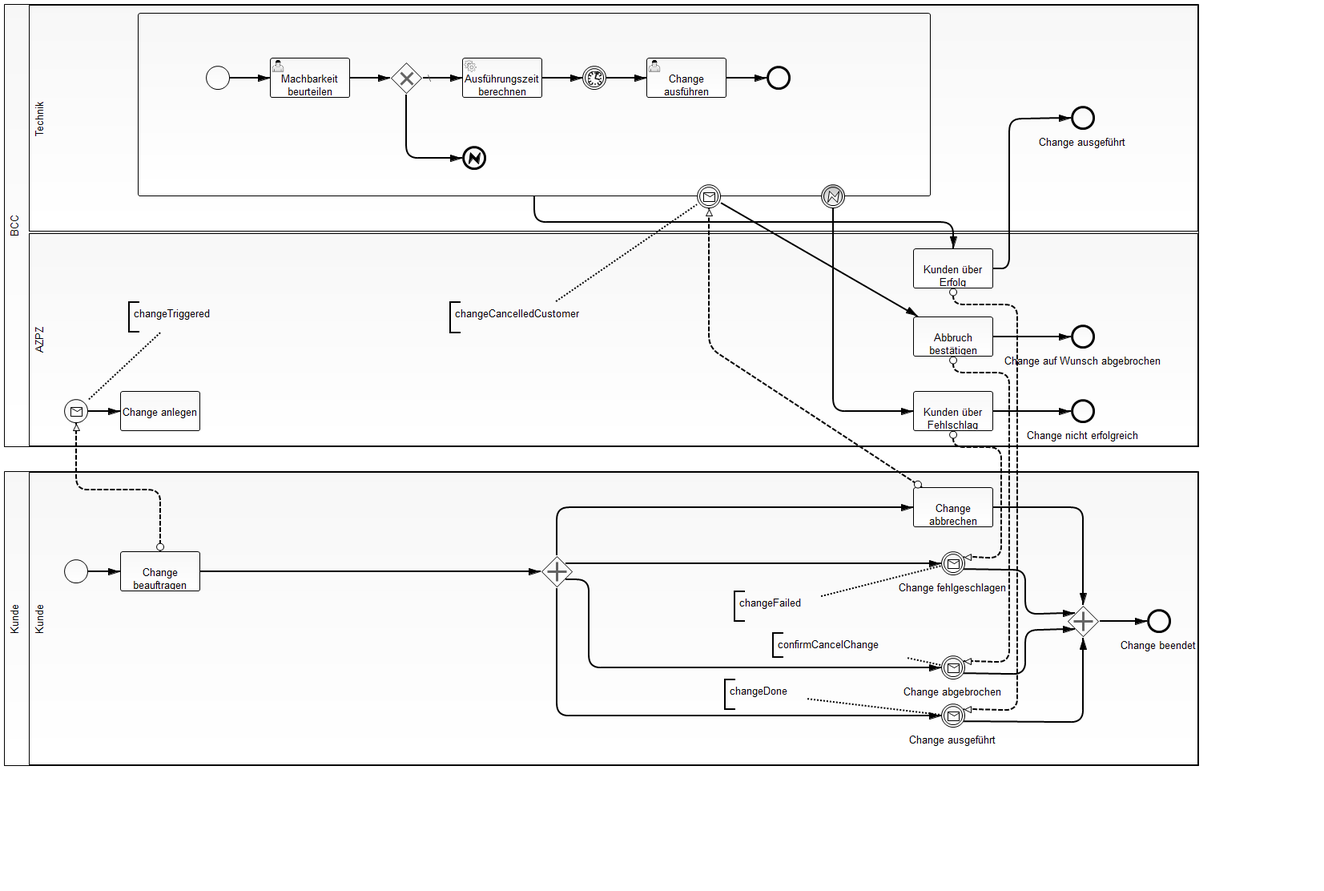
gheddie/bpmn20_examples keeps this BPMN diagram as change-process/src/main/resources/ChangeProcess.png. Above is the earlier version. Its source is kept beside it as change-process/src/main/resources/ChangeProcess.bpmn. Ids are renumbered.
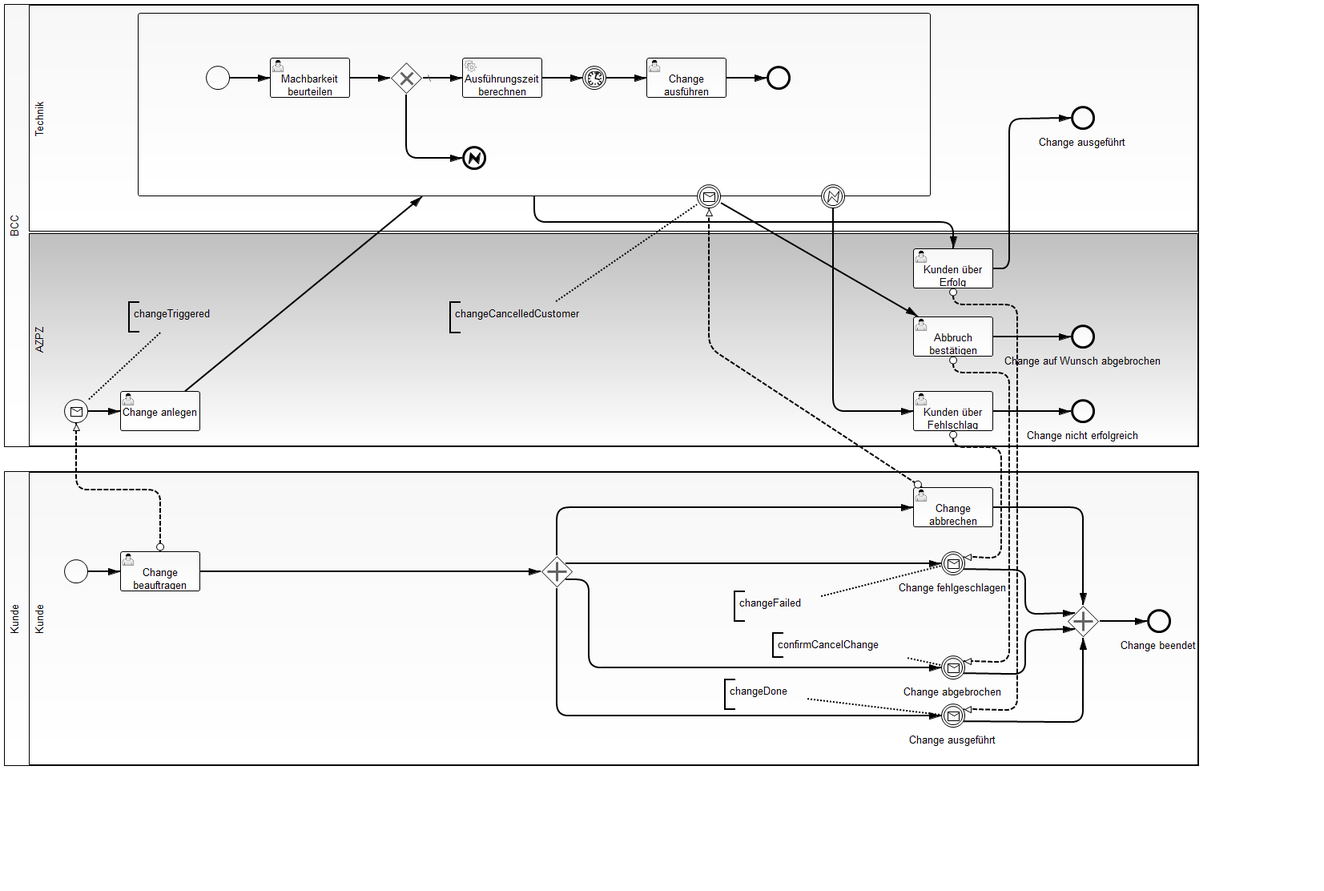
The same file after the commit.

The edit, as a diff of the source:
```diff
@@ -43,31 +43,33 @@
     <endEvent id="PO_p4005" name="Change nicht erfolgreich">
       <incoming>PO_p4004</incoming>
     </endEvent>
-    <task id="PO_p3998" name="Kunden über Erfolg benachrichtigen">
+    <userTask id="PO_p3998" camunda:candidateGroups="customerService" name="Kunden über Erfolg benachrichtigen">
       <incoming>SequenceFlow_3</incoming>
       <outgoing>PO_p3999</outgoing>
-    </task>
-    <task id="PO_p3990" name="Kunden über Fehlschlag benachrichtigen">
+    </userTask>
+    <userTask id="PO_p3990" camunda:candidateGroups="customerService" name="Kunden über Fehlschlag benachrichtigen">
       <incoming>SequenceFlow_4</incoming>
       <outgoing>PO_p4004</outgoing>
-    </task>
-    <task id="PO_p4006" name="Abbruch bestätigen">
+    </userTask>
+    <userTask id="PO_p4006" camunda:candidateGroups="customerService" name="Abbruch bestätigen">
       <incoming>SequenceFlow_1</incoming>
       <outgoing>PO_p4011</outgoing>
-    </task>
-    <task id="PO_p3957" name="Change anlegen">
+    </userTask>
+    <userTask id="PO_p3957" camunda:candidateGroups="customerService" name="Change anlegen">
       <incoming>PO_p3956</incoming>
-    </task>
+      <outgoing>SequenceFlow_13</outgoing>
+    </userTask>
     <sequenceFlow id="PO_p4004" sourceRef="PO_p3990" targetRef="PO_p4005"/>
     <sequenceFlow id="PO_p3956" sourceRef="PO_p3941" targetRef="PO_p3957"/>
     <sequenceFlow id="PO_p3999" sourceRef="PO_p3998" targetRef="PO_p3989"/>
     <sequenceFlow id="PO_p4011" sourceRef="PO_p4006" targetRef="PO_p4012"/>
     <subProcess id="SubProcess_1">
+      <incoming>SequenceFlow_13</incoming>
       <outgoing>SequenceFlow_3</outgoing>
       <startEvent id="StartEvent_1">
         <outgoing>SequenceFlow_5</outgoing>
       </startEvent>
-      <userTask id="UserTask_1" name="Machbarkeit beurteilen">
+      <userTask id="UserTask_1" camunda:candidateGroups="technician" name="Machbarkeit beurteilen">
         <extensionElements>
           <camunda:formData>
             <camunda:formField id="changeFeasible" type="boolean"/>
@@ -96,7 +98,7 @@
         </timerEventDefinition>
       </intermediateCatchEvent>
       <sequenceFlow id="SequenceFlow_8" name="" sourceRef="ServiceTask_1" targetRef="IntermediateCatchEvent_1"/>
-      <userTask id="UserTask_2" name="Change ausführen">
+      <userTask id="UserTask_2" camunda:candidateGroups="technician" name="Change ausführen">
         <incoming>SequenceFlow_9</incoming>
         <outgoing>SequenceFlow_10</outgoing>
       </userTask>
@@ -124,6 +126,7 @@
       <errorEventDefinition id="_ErrorEventDefinition_8" errorRef="Error_1"/>
     </boundaryEvent>
     <sequenceFlow id="SequenceFlow_4" name="" sourceRef="BoundaryEvent_3" targetRef="PO_p3990"/>
+    <sequenceFlow id="SequenceFlow_13" name="" sourceRef="PO_p3957" targetRef="SubProcess_1"/>
     <textAnnotation id="TextAnnotation_1">
       <text>changeTriggered</text>
     </textAnnotation>
@@ -180,14 +183,14 @@
     <startEvent id="PO_p3975">
       <outgoing>PO_p3976</outgoing>
     </startEvent>
-    <task id="PO_p3982" name="Change abbrechen">
+    <userTask id="PO_p3982" name="Change abbrechen">
       <incoming>PO_p3981</incoming>
       <outgoing>PO_p3997</outgoing>
-    </task>
-    <task id="PO_p3977" name="Change beauftragen">
+    </userTask>
+    <userTask id="PO_p3977" camunda:candidateGroups="customer" name="Change beauftragen">
       <incoming>PO_p3976</incoming>
       <outgoing>PO_p3979</outgoing>
-    </task>
+    </userTask>
     <parallelGateway id="PO_p3980">
       <incoming>PO_p3979</incoming>
       <outgoing>PO_p3984</outgoing>
@@ -511,6 +514,13 @@
         <di:waypoint xsi:type="dc:Point" x="1004.0" y="868.0"/>
         <di:waypoint xsi:type="dc:Point" x="1171.0" y="887.0"/>
       </bpmndi:BPMNEdge>
+      <bpmndi:BPMNEdge id="BPMNEdge_SequenceFlow_13" bpmnElement="SequenceFlow_13" sourceElement="AktivitätPO_p3957" targetElement="_BPMNShape_SubProcess_5">
+        <di:waypoint xsi:type="dc:Point" x="226.0" y="484.0"/>
+        <di:waypoint xsi:type="dc:Point" x="524.0" y="240.0"/>
+        <bpmndi:BPMNLabel>
+          <dc:Bounds height="6.0" width="6.0" x="498.0" y="258.0"/>
+        </bpmndi:BPMNLabel>
+      </bpmndi:BPMNEdge>
     </bpmndi:BPMNPlane>
   </bpmndi:BPMNDiagram>
 </definitions>
```
